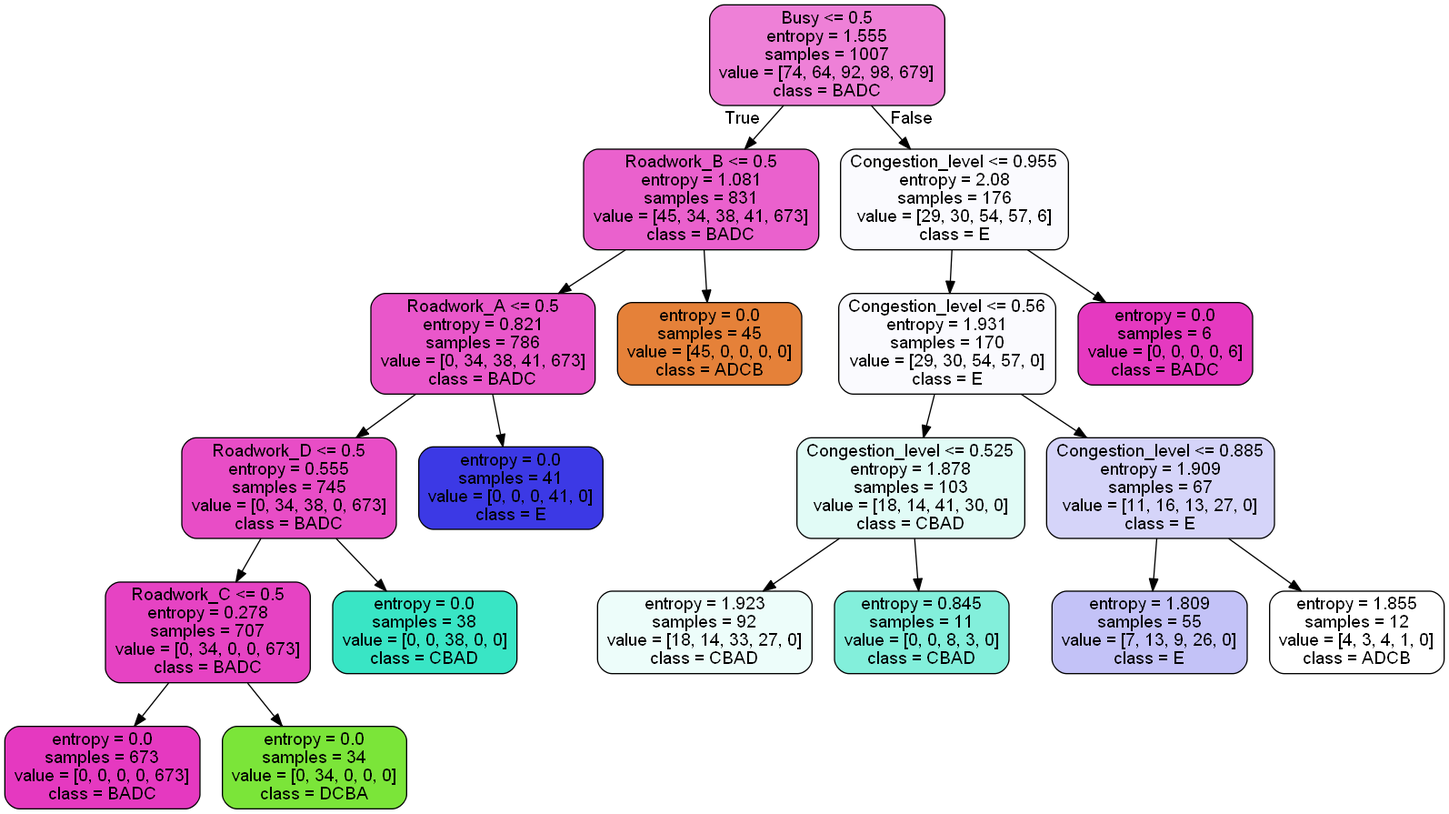
This is decision_tree_gs.png from JadeBlue96/Traffic-Priority-Prediction, a Graphviz export, as it was before one commit. Its source is kept beside it as decision_tree_gs.dot.
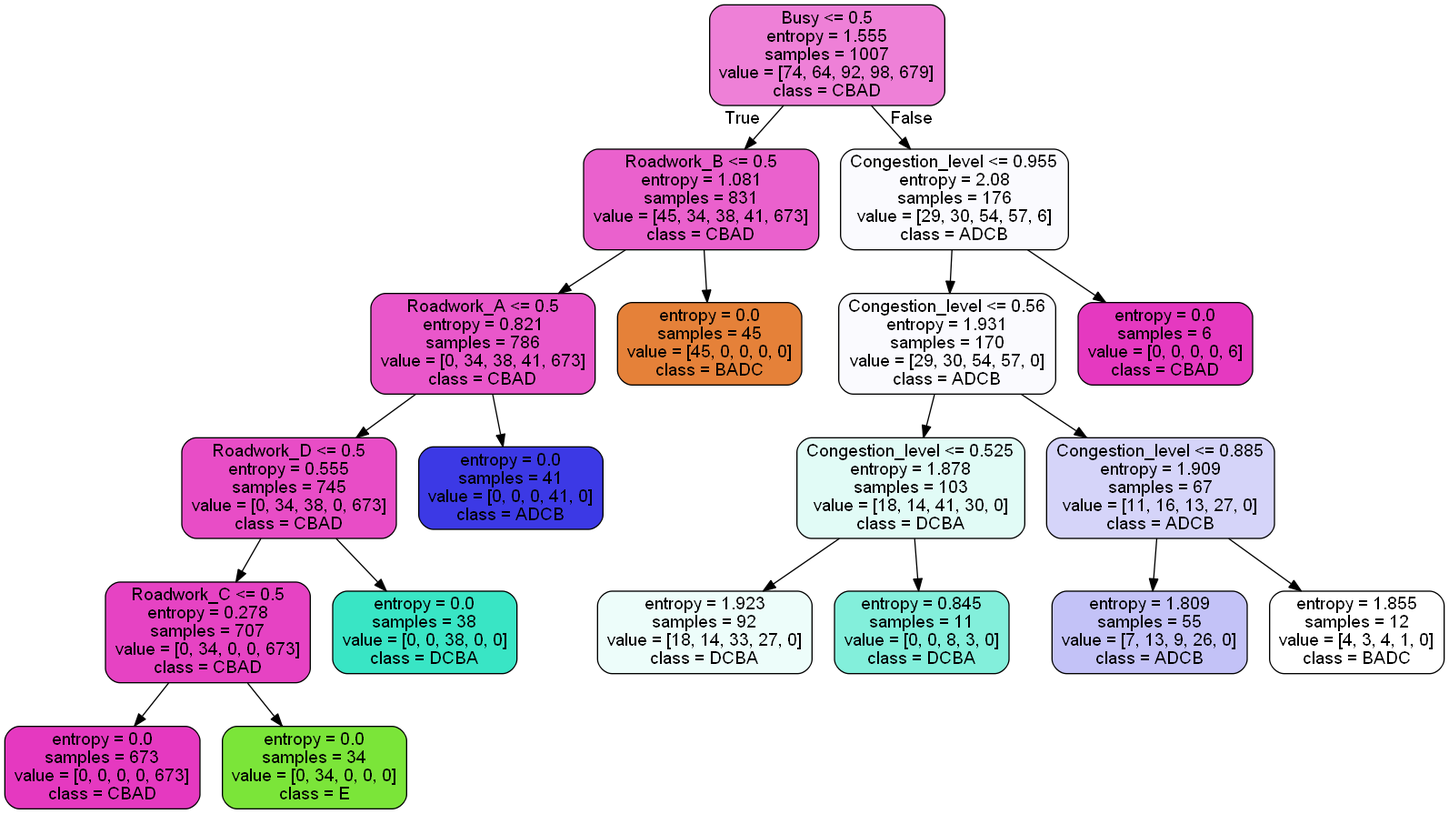
The same file after the commit.

The edit, as a diff of the source:
```diff
@@ -1,41 +1,41 @@
 digraph Tree {
 node [shape=box, style="filled, rounded", color="black", fontname=helvetica] ;
 edge [fontname=helvetica] ;
-0 [label="Busy <= 0.5\nentropy = 1.555\nsamples = 1007\nvalue = [74, 64, 92, 98, 679]\nclass = BADC", fillcolor="#ee80d7"] ;
-1 [label="Roadwork_B <= 0.5\nentropy = 1.081\nsamples = 831\nvalue = [45, 34, 38, 41, 673]\nclass = BADC", fillcolor="#ea61cd"] ;
+0 [label="Busy <= 0.5\nentropy = 1.555\nsamples = 1007\nvalue = [74, 64, 92, 98, 679]\nclass = CBAD", fillcolor="#ee80d7"] ;
+1 [label="Roadwork_B <= 0.5\nentropy = 1.081\nsamples = 831\nvalue = [45, 34, 38, 41, 673]\nclass = CBAD", fillcolor="#ea61cd"] ;
 0 -> 1 [labeldistance=2.5, labelangle=45, headlabel="True"] ;
-3 [label="Roadwork_A <= 0.5\nentropy = 0.821\nsamples = 786\nvalue = [0, 34, 38, 41, 673]\nclass = BADC", fillcolor="#e957ca"] ;
+3 [label="Roadwork_A <= 0.5\nentropy = 0.821\nsamples = 786\nvalue = [0, 34, 38, 41, 673]\nclass = CBAD", fillcolor="#e957ca"] ;
 1 -> 3 ;
-5 [label="Roadwork_D <= 0.5\nentropy = 0.555\nsamples = 745\nvalue = [0, 34, 38, 0, 673]\nclass = BADC", fillcolor="#e84dc6"] ;
+5 [label="Roadwork_D <= 0.5\nentropy = 0.555\nsamples = 745\nvalue = [0, 34, 38, 0, 673]\nclass = CBAD", fillcolor="#e84dc6"] ;
 3 -> 5 ;
-7 [label="Roadwork_C <= 0.5\nentropy = 0.278\nsamples = 707\nvalue = [0, 34, 0, 0, 673]\nclass = BADC", fillcolor="#e643c3"] ;
+7 [label="Roadwork_C <= 0.5\nentropy = 0.278\nsamples = 707\nvalue = [0, 34, 0, 0, 673]\nclass = CBAD", fillcolor="#e643c3"] ;
 5 -> 7 ;
-9 [label="entropy = 0.0\nsamples = 673\nvalue = [0, 0, 0, 0, 673]\nclass = BADC", fillcolor="#e539c0"] ;
+9 [label="entropy = 0.0\nsamples = 673\nvalue = [0, 0, 0, 0, 673]\nclass = CBAD", fillcolor="#e539c0"] ;
 7 -> 9 ;
-10 [label="entropy = 0.0\nsamples = 34\nvalue = [0, 34, 0, 0, 0]\nclass = DCBA", fillcolor="#7be539"] ;
+10 [label="entropy = 0.0\nsamples = 34\nvalue = [0, 34, 0, 0, 0]\nclass = E", fillcolor="#7be539"] ;
 7 -> 10 ;
-8 [label="entropy = 0.0\nsamples = 38\nvalue = [0, 0, 38, 0, 0]\nclass = CBAD", fillcolor="#39e5c5"] ;
+8 [label="entropy = 0.0\nsamples = 38\nvalue = [0, 0, 38, 0, 0]\nclass = DCBA", fillcolor="#39e5c5"] ;
 5 -> 8 ;
-6 [label="entropy = 0.0\nsamples = 41\nvalue = [0, 0, 0, 41, 0]\nclass = E", fillcolor="#3c39e5"] ;
+6 [label="entropy = 0.0\nsamples = 41\nvalue = [0, 0, 0, 41, 0]\nclass = ADCB", fillcolor="#3c39e5"] ;
 3 -> 6 ;
-4 [label="entropy = 0.0\nsamples = 45\nvalue = [45, 0, 0, 0, 0]\nclass = ADCB", fillcolor="#e58139"] ;
+4 [label="entropy = 0.0\nsamples = 45\nvalue = [45, 0, 0, 0, 0]\nclass = BADC", fillcolor="#e58139"] ;
 1 -> 4 ;
-2 [label="Congestion_level <= 0.955\nentropy = 2.08\nsamples = 176\nvalue = [29, 30, 54, 57, 6]\nclass = E", fillcolor="#fafafe"] ;
+2 [label="Congestion_level <= 0.955\nentropy = 2.08\nsamples = 176\nvalue = [29, 30, 54, 57, 6]\nclass = ADCB", fillcolor="#fafafe"] ;
 0 -> 2 [labeldistance=2.5, labelangle=-45, headlabel="False"] ;
-11 [label="Congestion_level <= 0.56\nentropy = 1.931\nsamples = 170\nvalue = [29, 30, 54, 57, 0]\nclass = E", fillcolor="#fafafe"] ;
+11 [label="Congestion_level <= 0.56\nentropy = 1.931\nsamples = 170\nvalue = [29, 30, 54, 57, 0]\nclass = ADCB", fillcolor="#fafafe"] ;
 2 -> 11 ;
-13 [label="Congestion_level <= 0.525\nentropy = 1.878\nsamples = 103\nvalue = [18, 14, 41, 30, 0]\nclass = CBAD", fillcolor="#e1fbf6"] ;
+13 [label="Congestion_level <= 0.525\nentropy = 1.878\nsamples = 103\nvalue = [18, 14, 41, 30, 0]\nclass = DCBA", fillcolor="#e1fbf6"] ;
 11 -> 13 ;
-15 [label="entropy = 1.923\nsamples = 92\nvalue = [18, 14, 33, 27, 0]\nclass = CBAD", fillcolor="#edfdfa"] ;
+15 [label="entropy = 1.923\nsamples = 92\nvalue = [18, 14, 33, 27, 0]\nclass = DCBA", fillcolor="#edfdfa"] ;
 13 -> 15 ;
-16 [label="entropy = 0.845\nsamples = 11\nvalue = [0, 0, 8, 3, 0]\nclass = CBAD", fillcolor="#83efdb"] ;
+16 [label="entropy = 0.845\nsamples = 11\nvalue = [0, 0, 8, 3, 0]\nclass = DCBA", fillcolor="#83efdb"] ;
 13 -> 16 ;
-14 [label="Congestion_level <= 0.885\nentropy = 1.909\nsamples = 67\nvalue = [11, 16, 13, 27, 0]\nclass = E", fillcolor="#d5d4f9"] ;
+14 [label="Congestion_level <= 0.885\nentropy = 1.909\nsamples = 67\nvalue = [11, 16, 13, 27, 0]\nclass = ADCB", fillcolor="#d5d4f9"] ;
 11 -> 14 ;
-17 [label="entropy = 1.809\nsamples = 55\nvalue = [7, 13, 9, 26, 0]\nclass = E", fillcolor="#c3c2f7"] ;
+17 [label="entropy = 1.809\nsamples = 55\nvalue = [7, 13, 9, 26, 0]\nclass = ADCB", fillcolor="#c3c2f7"] ;
 14 -> 17 ;
-18 [label="entropy = 1.855\nsamples = 12\nvalue = [4, 3, 4, 1, 0]\nclass = ADCB", fillcolor="#ffffff"] ;
+18 [label="entropy = 1.855\nsamples = 12\nvalue = [4, 3, 4, 1, 0]\nclass = BADC", fillcolor="#ffffff"] ;
 14 -> 18 ;
-12 [label="entropy = 0.0\nsamples = 6\nvalue = [0, 0, 0, 0, 6]\nclass = BADC", fillcolor="#e539c0"] ;
+12 [label="entropy = 0.0\nsamples = 6\nvalue = [0, 0, 0, 0, 6]\nclass = CBAD", fillcolor="#e539c0"] ;
 2 -> 12 ;
 }
```
